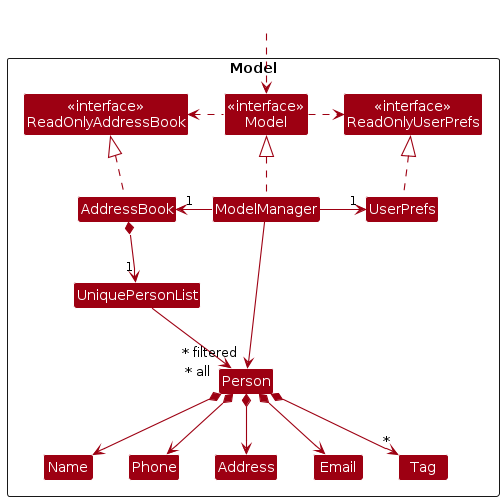
The PlantUML diagram docs/images/ModelClassDiagram.png in se-edu/addressbook-level3, before a commit. Source of this version:
```plantuml
@startuml
!include style.puml
skinparam arrowThickness 1.1
skinparam arrowColor MODEL_COLOR
skinparam classBackgroundColor MODEL_COLOR

Package Model as ModelPackage <<Rectangle>>{
Class "<<interface>>\nReadOnlyAddressBook" as ReadOnlyAddressBook
Class "<<interface>>\nReadOnlyUserPrefs" as ReadOnlyUserPrefs
Class "<<interface>>\nModel" as Model
Class AddressBook
Class ModelManager
Class UserPrefs

Class UniquePersonList
Class Person
Class Address
Class Email
Class Name
Class Phone
Class Tag

}

Class HiddenOutside #FFFFFF
HiddenOutside ..> Model

AddressBook .up.|> ReadOnlyAddressBook

ModelManager .up.|> Model
Model .right.> ReadOnlyUserPrefs
Model .left.> ReadOnlyAddressBook
ModelManager -left-> "1" AddressBook
ModelManager -right-> "1" UserPrefs
UserPrefs .up.|> ReadOnlyUserPrefs

AddressBook *--> "1" UniquePersonList
UniquePersonList --> "~* all" Person
Person *--> Name
Person *--> Phone
Person *--> Email
Person *--> Address
Person *--> "*" Tag

Name -[hidden]right-> Phone
Phone -[hidden]right-> Address
Address -[hidden]right-> Email

ModelManager -->"~* filtered" Person
@enduml
```
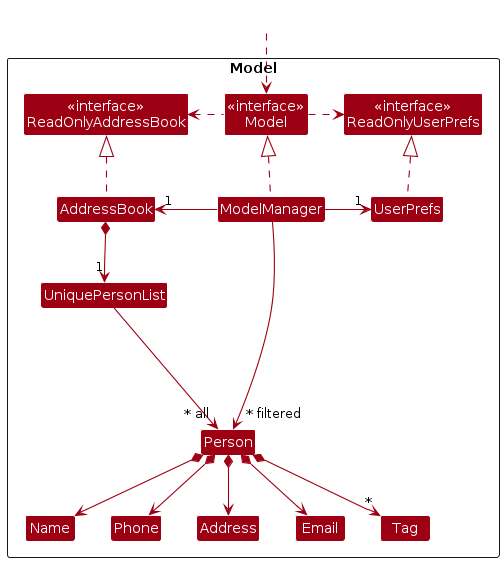
The same file after the commit.

Commit message:
Interdiff between v2 and v3

What changed in the source:
```diff
@@ -20,6 +20,7 @@
 Class Phone
 Class Tag
 
+Class I #FFFFFF
 }
 
 Class HiddenOutside #FFFFFF
@@ -35,16 +36,19 @@
 UserPrefs .up.|> ReadOnlyUserPrefs
 
 AddressBook *--> "1" UniquePersonList
-UniquePersonList --> "~* all" Person
+UniquePersonList -> "~* all" Person
 Person *--> Name
 Person *--> Phone
 Person *--> Email
 Person *--> Address
 Person *--> "*" Tag
 
+Person -[hidden]up--> I
+UniquePersonList -[hidden]right-> I
+
 Name -[hidden]right-> Phone
 Phone -[hidden]right-> Address
 Address -[hidden]right-> Email
 
-ModelManager -->"~* filtered" Person
+ModelManager -> "~* filtered" Person
 @enduml
```
